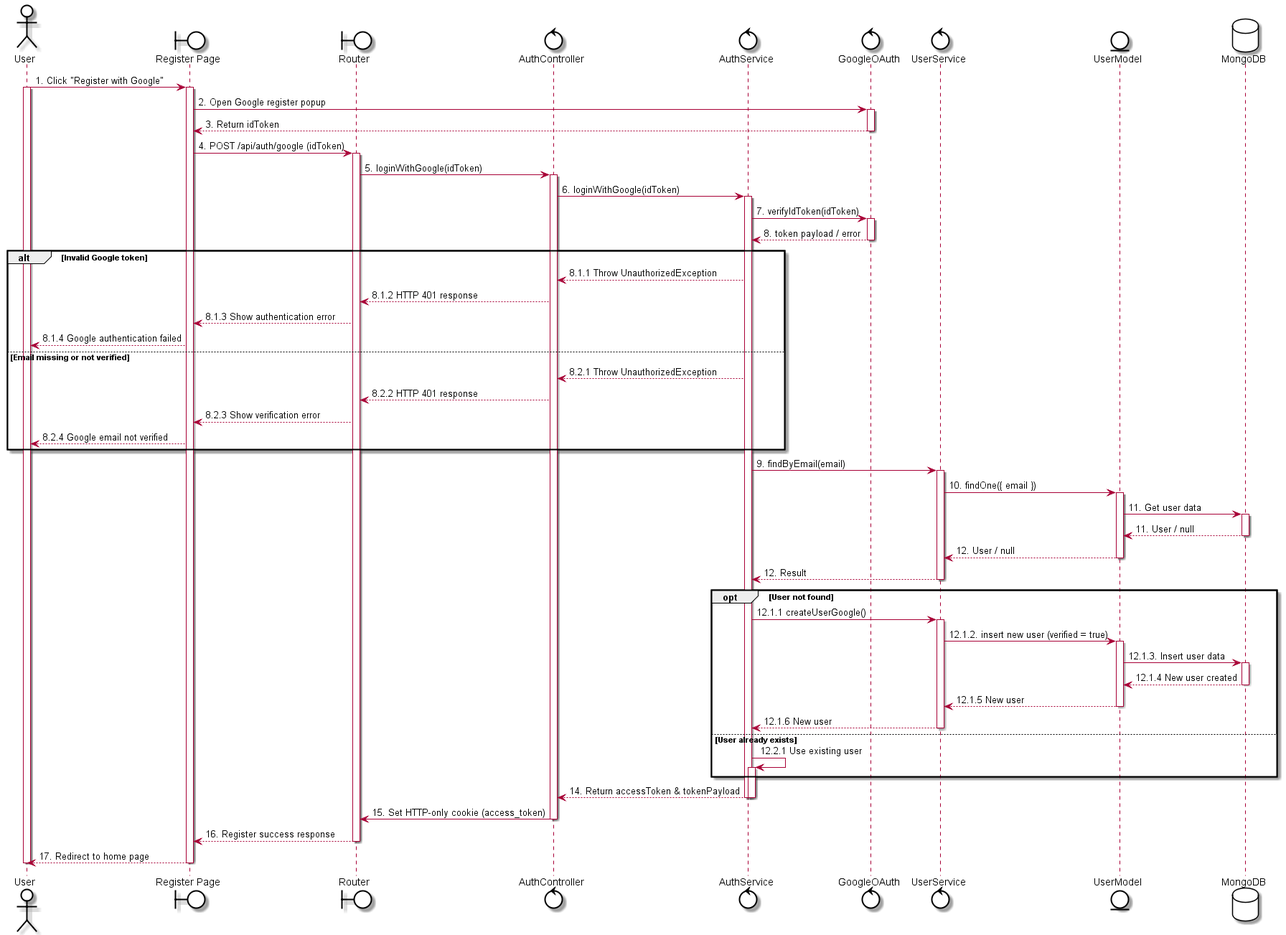
Above: out/uc2 - Google Register/uc2 - Google Register.png in LGK1412/sequence_sep490_01 (PlantUML), before the change.
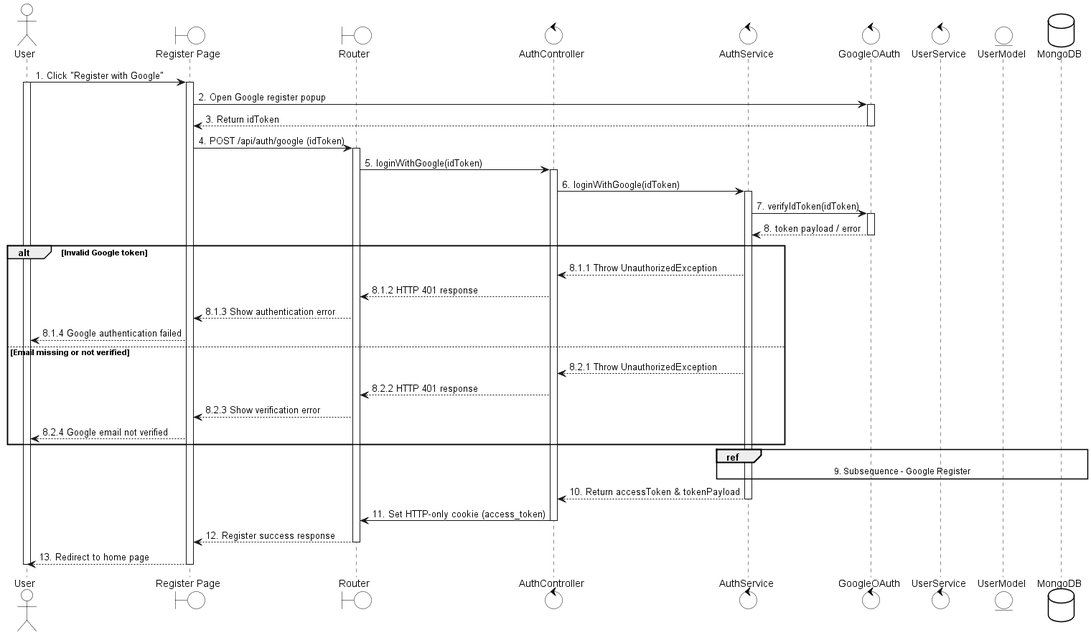
Later version of the same file.

What changed in the source:
```diff
@@ -60,48 +60,21 @@
     UI --> User: 8.2.4 Google email not verified
 end
 
-AuthService -> UserService: 9. findByEmail(email)
-activate UserService
-UserService -> UserModel: 10. findOne({ email })
-activate UserModel
-UserModel -> MongoDB: 11. Get user data
-activate MongoDB
-MongoDB --> UserModel: 11. User / null
-deactivate MongoDB
-UserModel --> UserService: 12. User / null
-deactivate UserModel
-UserService --> AuthService: 12. Result
-deactivate UserService
+ref over AuthService, UserService, UserModel, MongoDB
+    9. Subsequence - Google Register
+end ref
 
-opt User not found
-    AuthService -> UserService: 12.1.1 createUserGoogle()
-    activate UserService
-    UserService -> UserModel: 12.1.2. insert new user (verified = true)
-    activate UserModel
-    UserModel -> MongoDB: 12.1.3. Insert user data
-    activate MongoDB
-    MongoDB --> UserModel: 12.1.4 New user created
-    deactivate MongoDB
-    UserModel --> UserService: 12.1.5 New user
-    deactivate UserModel
-    UserService --> AuthService: 12.1.6 New user
-    deactivate UserService
-else User already exists
-    AuthService -> AuthService: 12.2.1 Use existing user
-    activate AuthService
-end
-
-AuthService --> AuthController: 14. Return accessToken & tokenPayload
+AuthService --> AuthController: 10. Return accessToken & tokenPayload
 deactivate AuthService
 deactivate AuthService
 
-AuthController -> Router: 15. Set HTTP-only cookie (access_token)
+AuthController -> Router: 11. Set HTTP-only cookie (access_token)
 deactivate AuthController
 
-Router --> UI: 16. Register success response
+Router --> UI: 12. Register success response
 deactivate Router
 
-UI --> User: 17. Redirect to home page
+UI --> User: 13. Redirect to home page
 deactivate UI
 deactivate User
 @enduml
```
